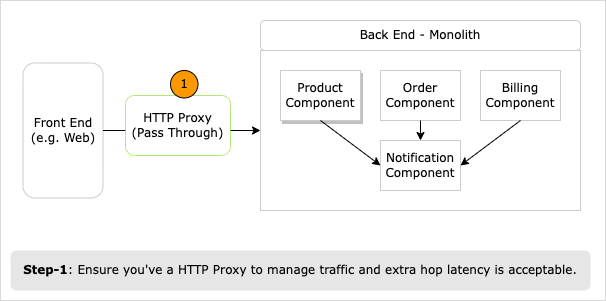
The draw.io diagram diagrams/strangler-fig-http-proxy.png in shahzadhuq/modernization-decomposing-monolith, before a commit. Source tidied: cells renumbered, new cells last; positions are measured from the earlier drawing's top-left corner, leaving out a move shared by most shapes. Its diagram source:
```xml
<mxGraphModel>
  <root>
    <mxCell id="0" />
    <mxCell id="1" parent="0" />
    <mxCell id="2" style="rounded=0;whiteSpace=wrap;html=1;strokeColor=#B3B3B3;fillColor=default;strokeWidth=1;dashed=1;dashPattern=1 1;shadow=0;fontFamily=Verdana;" parent="1" vertex="1">
      <mxGeometry width="605" height="300" as="geometry" />
    </mxCell>
    <mxCell id="3" style="rounded=0;whiteSpace=wrap;html=1;strokeColor=#CCCCCC;fontFamily=Verdana;" parent="1" vertex="1">
      <mxGeometry x="260" y="50" width="320" height="160" as="geometry" />
    </mxCell>
    <mxCell id="4" value="Front End (e.g. Web)" style="text;html=1;strokeColor=#CCCCCC;fillColor=default;align=center;verticalAlign=middle;whiteSpace=wrap;rounded=1;shadow=0;fontFamily=Verdana;" parent="1" vertex="1">
      <mxGeometry x="22.5" y="62.5" width="80" height="135" as="geometry" />
    </mxCell>
    <mxCell id="5" value="Back End - Monolith" style="text;html=1;strokeColor=#CCCCCC;fillColor=default;align=center;verticalAlign=middle;whiteSpace=wrap;rounded=1;shadow=0;fontFamily=Verdana;" parent="1" vertex="1">
      <mxGeometry x="260" y="20" width="320" height="30" as="geometry" />
    </mxCell>
    <mxCell id="6" value="Product Component" style="rounded=0;whiteSpace=wrap;html=1;strokeColor=#CCCCCC;fillColor=default;shadow=1;fontFamily=Verdana;" parent="1" vertex="1">
      <mxGeometry x="280" y="70" width="80" height="50" as="geometry" />
    </mxCell>
    <mxCell id="7" value="Order Component" style="rounded=0;whiteSpace=wrap;html=1;strokeColor=#CCCCCC;fillColor=default;fontFamily=Verdana;" parent="1" vertex="1">
      <mxGeometry x="380" y="70" width="80" height="50" as="geometry" />
    </mxCell>
    <mxCell id="8" value="Billing Component" style="rounded=0;whiteSpace=wrap;html=1;strokeColor=#CCCCCC;fillColor=default;fontFamily=Verdana;" parent="1" vertex="1">
      <mxGeometry x="480" y="70" width="80" height="50" as="geometry" />
    </mxCell>
    <mxCell id="9" value="Notification Component" style="rounded=0;whiteSpace=wrap;html=1;strokeColor=#CCCCCC;fillColor=default;fontFamily=Verdana;" parent="1" vertex="1">
      <mxGeometry x="380" y="140" width="80" height="50" as="geometry" />
    </mxCell>
    <mxCell id="10" style="endArrow=classic;html=1;rounded=0;exitX=0.5;exitY=1;exitDx=0;exitDy=0;entryX=0;entryY=0.5;entryDx=0;entryDy=0;fontFamily=Verdana;" parent="1" edge="1" source="6" target="9">
      <mxGeometry relative="1" as="geometry" />
    </mxCell>
    <mxCell id="11" style="endArrow=classic;html=1;rounded=0;exitX=0.5;exitY=1;exitDx=0;exitDy=0;entryX=0.5;entryY=0;entryDx=0;entryDy=0;fontFamily=Verdana;" parent="1" edge="1" source="7" target="9">
      <mxGeometry relative="1" as="geometry" />
    </mxCell>
    <mxCell id="12" style="endArrow=classic;html=1;rounded=0;exitX=0.5;exitY=1;exitDx=0;exitDy=0;entryX=1;entryY=0.5;entryDx=0;entryDy=0;fontFamily=Verdana;" parent="1" edge="1" source="8" target="9">
      <mxGeometry relative="1" as="geometry" />
    </mxCell>
    <mxCell id="13" style="endArrow=classic;html=1;rounded=0;entryX=0;entryY=0.5;entryDx=0;entryDy=0;startArrow=none;fontFamily=Verdana;" parent="1" edge="1" source="4" target="3">
      <mxGeometry relative="1" as="geometry" />
    </mxCell>
    <mxCell id="14" value="HTTP Proxy&lt;br&gt;(Pass Through)" style="rounded=1;whiteSpace=wrap;html=1;shadow=0;dashed=1;strokeColor=#66CC00;strokeWidth=1;fillColor=default;rotation=0;dashPattern=1 1;fontFamily=Verdana;" parent="1" vertex="1">
      <mxGeometry x="125" y="95" width="105" height="60" as="geometry" />
    </mxCell>
    <mxCell id="15" value="&lt;b&gt;Step-1&lt;/b&gt;: Ensure you've a HTTP Proxy to manage traffic and extra hop latency is acceptable." style="text;html=1;strokeColor=none;fillColor=#E6E6E6;align=center;verticalAlign=middle;whiteSpace=wrap;rounded=1;shadow=0;perimeterSpacing=0;spacing=7;fontFamily=Verdana;" parent="1" vertex="1">
      <mxGeometry x="10" y="250" width="580" height="40" as="geometry" />
    </mxCell>
    <mxCell id="16" value="1" style="ellipse;whiteSpace=wrap;html=1;fillColor=#FE9800;fontFamily=Verdana;" parent="1" vertex="1">
      <mxGeometry x="170" y="70" width="27.5" height="27.5" as="geometry" />
    </mxCell>
  </root>
</mxGraphModel>
```
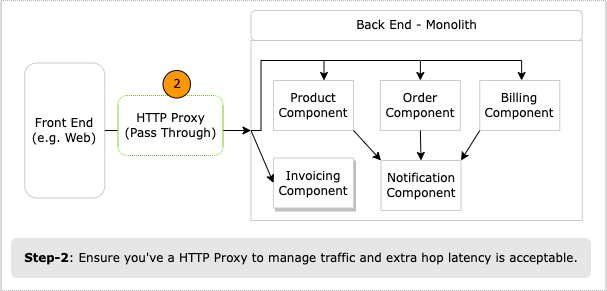
After the change.

Commit message:
[v2-WIP] - updating strangler fig section.

Change to the diagram source:
```diff
@@ -3,49 +3,75 @@
     <mxCell id="0" />
     <mxCell id="1" parent="0" />
     <mxCell id="2" style="rounded=0;whiteSpace=wrap;html=1;strokeColor=#B3B3B3;fillColor=default;strokeWidth=1;dashed=1;dashPattern=1 1;shadow=0;fontFamily=Verdana;" parent="1" vertex="1">
-      <mxGeometry width="605" height="300" as="geometry" />
+      <mxGeometry x="0.5" y="260" width="605" height="290" as="geometry" />
     </mxCell>
     <mxCell id="3" style="rounded=0;whiteSpace=wrap;html=1;strokeColor=#CCCCCC;fontFamily=Verdana;" parent="1" vertex="1">
-      <mxGeometry x="260" y="50" width="320" height="160" as="geometry" />
+      <mxGeometry x="250.5" y="300" width="331.2" height="180" as="geometry" />
     </mxCell>
     <mxCell id="4" value="Front End (e.g. Web)" style="text;html=1;strokeColor=#CCCCCC;fillColor=default;align=center;verticalAlign=middle;whiteSpace=wrap;rounded=1;shadow=0;fontFamily=Verdana;" parent="1" vertex="1">
-      <mxGeometry x="22.5" y="62.5" width="80" height="135" as="geometry" />
+      <mxGeometry x="24.2" y="322.5" width="80" height="135" as="geometry" />
     </mxCell>
     <mxCell id="5" value="Back End - Monolith" style="text;html=1;strokeColor=#CCCCCC;fillColor=default;align=center;verticalAlign=middle;whiteSpace=wrap;rounded=1;shadow=0;fontFamily=Verdana;" parent="1" vertex="1">
-      <mxGeometry x="260" y="20" width="320" height="30" as="geometry" />
+      <mxGeometry x="250.5" y="270" width="331.2" height="30" as="geometry" />
     </mxCell>
-    <mxCell id="6" value="Product Component" style="rounded=0;whiteSpace=wrap;html=1;strokeColor=#CCCCCC;fillColor=default;shadow=1;fontFamily=Verdana;" parent="1" vertex="1">
-      <mxGeometry x="280" y="70" width="80" height="50" as="geometry" />
+    <mxCell id="6" value="Product Component" style="rounded=0;whiteSpace=wrap;html=1;strokeColor=#CCCCCC;fillColor=default;shadow=0;fontFamily=Verdana;" parent="1" vertex="1">
+      <mxGeometry x="273" y="340" width="80" height="50" as="geometry" />
     </mxCell>
     <mxCell id="7" value="Order Component" style="rounded=0;whiteSpace=wrap;html=1;strokeColor=#CCCCCC;fillColor=default;fontFamily=Verdana;" parent="1" vertex="1">
-      <mxGeometry x="380" y="70" width="80" height="50" as="geometry" />
+      <mxGeometry x="379.9" y="340" width="80" height="50" as="geometry" />
     </mxCell>
     <mxCell id="8" value="Billing Component" style="rounded=0;whiteSpace=wrap;html=1;strokeColor=#CCCCCC;fillColor=default;fontFamily=Verdana;" parent="1" vertex="1">
-      <mxGeometry x="480" y="70" width="80" height="50" as="geometry" />
+      <mxGeometry x="479.2" y="340" width="80" height="50" as="geometry" />
     </mxCell>
     <mxCell id="9" value="Notification Component" style="rounded=0;whiteSpace=wrap;html=1;strokeColor=#CCCCCC;fillColor=default;fontFamily=Verdana;" parent="1" vertex="1">
-      <mxGeometry x="380" y="140" width="80" height="50" as="geometry" />
+      <mxGeometry x="380.5" y="420" width="80" height="50" as="geometry" />
     </mxCell>
-    <mxCell id="10" style="endArrow=classic;html=1;rounded=0;exitX=0.5;exitY=1;exitDx=0;exitDy=0;entryX=0;entryY=0.5;entryDx=0;entryDy=0;fontFamily=Verdana;" parent="1" edge="1" source="6" target="9">
+    <mxCell id="10" style="endArrow=classic;html=1;rounded=0;exitX=1;exitY=1;exitDx=0;exitDy=0;entryX=0;entryY=0;entryDx=0;entryDy=0;fontFamily=Verdana;" parent="1" edge="1" source="6" target="9">
       <mxGeometry relative="1" as="geometry" />
     </mxCell>
     <mxCell id="11" style="endArrow=classic;html=1;rounded=0;exitX=0.5;exitY=1;exitDx=0;exitDy=0;entryX=0.5;entryY=0;entryDx=0;entryDy=0;fontFamily=Verdana;" parent="1" edge="1" source="7" target="9">
       <mxGeometry relative="1" as="geometry" />
     </mxCell>
-    <mxCell id="12" style="endArrow=classic;html=1;rounded=0;exitX=0.5;exitY=1;exitDx=0;exitDy=0;entryX=1;entryY=0.5;entryDx=0;entryDy=0;fontFamily=Verdana;" parent="1" edge="1" source="8" target="9">
+    <mxCell id="12" style="endArrow=classic;html=1;rounded=0;exitX=0;exitY=1;exitDx=0;exitDy=0;entryX=1;entryY=0;entryDx=0;entryDy=0;fontFamily=Verdana;" parent="1" edge="1" source="8" target="9">
       <mxGeometry relative="1" as="geometry" />
     </mxCell>
-    <mxCell id="13" style="endArrow=classic;html=1;rounded=0;entryX=0;entryY=0.5;entryDx=0;entryDy=0;startArrow=none;fontFamily=Verdana;" parent="1" edge="1" source="4" target="3">
+    <mxCell id="13" style="endArrow=classic;html=1;rounded=0;entryX=0;entryY=0.5;entryDx=0;entryDy=0;exitX=1;exitY=0.5;exitDx=0;exitDy=0;fontFamily=Verdana;" parent="1" edge="1" source="4" target="3">
       <mxGeometry relative="1" as="geometry" />
     </mxCell>
-    <mxCell id="14" value="HTTP Proxy&lt;br&gt;(Pass Through)" style="rounded=1;whiteSpace=wrap;html=1;shadow=0;dashed=1;strokeColor=#66CC00;strokeWidth=1;fillColor=default;rotation=0;dashPattern=1 1;fontFamily=Verdana;" parent="1" vertex="1">
-      <mxGeometry x="125" y="95" width="105" height="60" as="geometry" />
+    <mxCell id="14" style="endArrow=classic;html=1;rounded=0;exitX=0;exitY=0.5;exitDx=0;exitDy=0;fontFamily=Verdana;edgeStyle=orthogonalEdgeStyle;" parent="1" edge="1" source="3" target="6">
+      <mxGeometry relative="1" as="geometry">
+        <Array as="points">
+          <mxPoint x="260.5" y="390" />
+          <mxPoint x="260.5" y="320" />
+          <mxPoint x="323.5" y="320" />
+        </Array>
+      </mxGeometry>
     </mxCell>
-    <mxCell id="15" value="&lt;b&gt;Step-1&lt;/b&gt;: Ensure you've a HTTP Proxy to manage traffic and extra hop latency is acceptable." style="text;html=1;strokeColor=none;fillColor=#E6E6E6;align=center;verticalAlign=middle;whiteSpace=wrap;rounded=1;shadow=0;perimeterSpacing=0;spacing=7;fontFamily=Verdana;" parent="1" vertex="1">
-      <mxGeometry x="10" y="250" width="580" height="40" as="geometry" />
+    <mxCell id="15" style="endArrow=classic;html=1;rounded=0;entryX=0.5;entryY=0;entryDx=0;entryDy=0;fontFamily=Verdana;edgeStyle=orthogonalEdgeStyle;" parent="1" edge="1" target="7">
+      <mxGeometry relative="1" as="geometry">
+        <mxPoint x="320.5" y="320" as="sourcePoint" />
+      </mxGeometry>
     </mxCell>
-    <mxCell id="16" value="1" style="ellipse;whiteSpace=wrap;html=1;fillColor=#FE9800;fontFamily=Verdana;" parent="1" vertex="1">
-      <mxGeometry x="170" y="70" width="27.5" height="27.5" as="geometry" />
+    <mxCell id="16" style="endArrow=classic;html=1;rounded=0;entryX=0.5;entryY=0;entryDx=0;entryDy=0;fontFamily=Verdana;edgeStyle=orthogonalEdgeStyle;" parent="1" edge="1">
+      <mxGeometry relative="1" as="geometry">
+        <mxPoint x="420.5" y="320" as="sourcePoint" />
+        <mxPoint x="521.1" y="340" as="targetPoint" />
+      </mxGeometry>
     </mxCell>
+    <mxCell id="17" value="Invoicing Component" style="rounded=0;whiteSpace=wrap;html=1;strokeColor=#CCCCCC;fillColor=default;shadow=1;fontFamily=Verdana;" parent="1" vertex="1">
+      <mxGeometry x="273" y="417.5" width="80" height="50" as="geometry" />
+    </mxCell>
+    <mxCell id="18" style="endArrow=classic;html=1;rounded=0;fontFamily=Verdana;entryX=0;entryY=0.5;entryDx=0;entryDy=0;exitX=0;exitY=0.5;exitDx=0;exitDy=0;" parent="1" edge="1" source="3" target="17">
+      <mxGeometry relative="1" as="geometry" />
+    </mxCell>
+    <mxCell id="19" value="HTTP Proxy&lt;br&gt;(Pass Through)" style="rounded=1;whiteSpace=wrap;html=1;shadow=0;dashed=1;strokeColor=#66CC00;strokeWidth=1;fillColor=default;rotation=0;dashPattern=1 1;fontFamily=Verdana;" parent="1" vertex="1">
+      <mxGeometry x="117.5" y="355" width="105" height="60" as="geometry" />
+    </mxCell>
+    <mxCell id="20" value="2" style="ellipse;whiteSpace=wrap;html=1;fillColor=#FE9800;fontFamily=Verdana;" parent="1" vertex="1">
+      <mxGeometry x="162.5" y="330" width="27.5" height="27.5" as="geometry" />
+    </mxCell>
+    <mxCell id="21" value="&lt;b&gt;Step-2&lt;/b&gt;: Ensure you've a HTTP Proxy to manage traffic and extra hop latency is acceptable." style="text;html=1;strokeColor=none;fillColor=#E6E6E6;align=center;verticalAlign=middle;whiteSpace=wrap;rounded=1;shadow=0;perimeterSpacing=0;spacing=7;fontFamily=Verdana;" parent="1" vertex="1">
+      <mxGeometry x="10.5" y="497.5" width="580" height="40" as="geometry" />
+    </mxCell>
   </root>
 </mxGraphModel>
```
